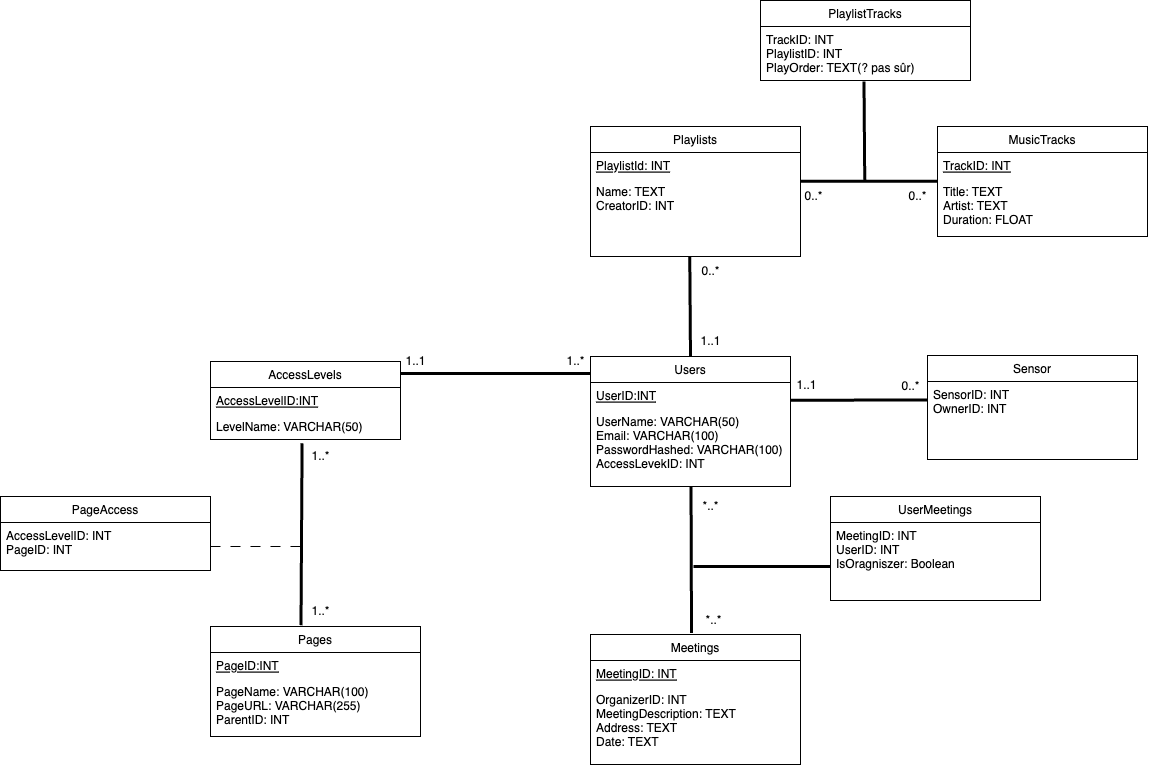
cyang2001/APP-Informatique keeps this draw.io diagram as mywebapp/doc/BDD/Base de donées.png. Above is the earlier version. Source tidied: cells renumbered, new cells last; positions are measured from the earlier drawing's top-left corner, leaving out a move shared by most shapes.
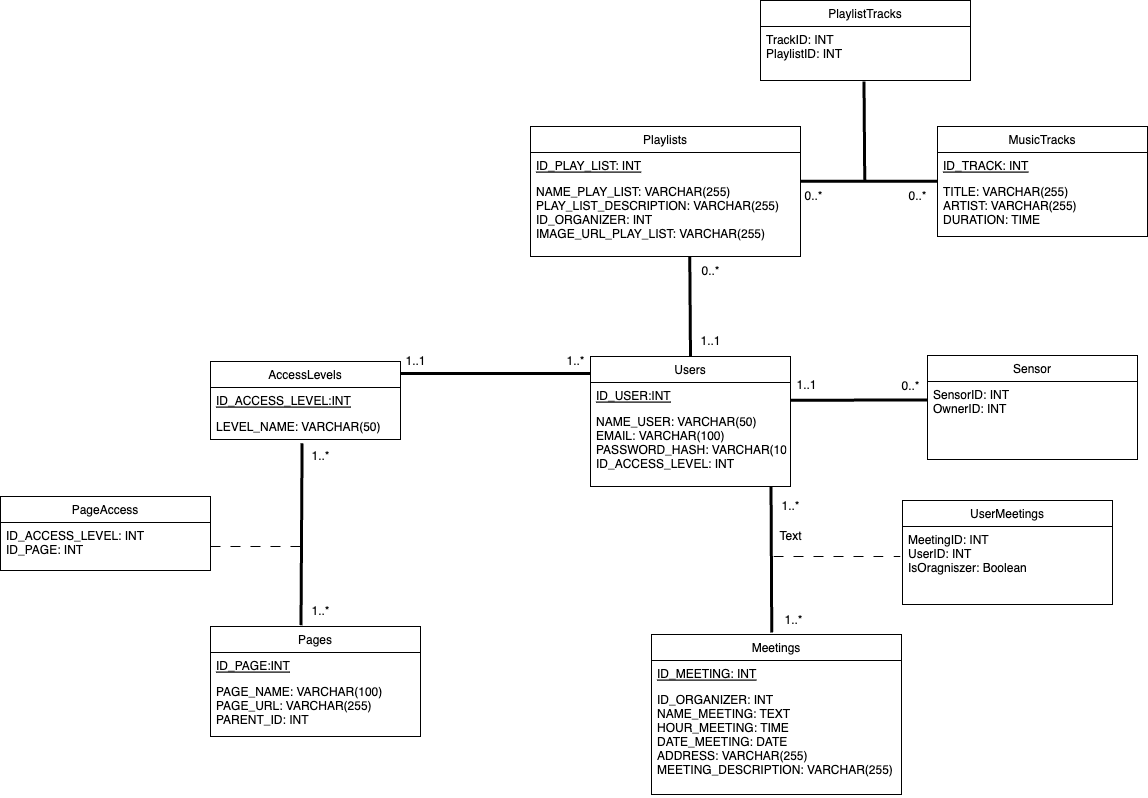
After the commit.

Diff of the diagram source:
```diff
@@ -5,34 +5,34 @@
     <mxCell id="2" value="Users" style="swimlane;fontStyle=0;horizontal=1;startSize=26;fillColor=none;" parent="1" vertex="1">
       <mxGeometry x="590" y="356" width="200" height="130" as="geometry" />
     </mxCell>
-    <mxCell id="3" value="UserID:INT" style="text;strokeColor=none;fillColor=none;align=left;verticalAlign=top;spacingLeft=4;spacingRight=4;overflow=hidden;fontStyle=4;" parent="2" vertex="1">
+    <mxCell id="3" value="ID_USER:INT" style="text;strokeColor=none;fillColor=none;align=left;verticalAlign=top;spacingLeft=4;spacingRight=4;overflow=hidden;fontStyle=4;" parent="2" vertex="1">
       <mxGeometry y="26" width="200" height="26" as="geometry" />
     </mxCell>
-    <mxCell id="4" value="UserName: VARCHAR(50)&#10;Email: VARCHAR(100)&#10;PasswordHashed: VARCHAR(100)&#10;AccessLevekID: INT" style="text;strokeColor=none;fillColor=none;align=left;verticalAlign=top;spacingLeft=4;spacingRight=4;overflow=hidden;" parent="2" vertex="1">
+    <mxCell id="4" value="NAME_USER: VARCHAR(50)&#10;EMAIL: VARCHAR(100)&#10;PASSWORD_HASH: VARCHAR(100)&#10;ID_ACCESS_LEVEL: INT" style="text;strokeColor=none;fillColor=none;align=left;verticalAlign=top;spacingLeft=4;spacingRight=4;overflow=hidden;" parent="2" vertex="1">
       <mxGeometry y="52" width="200" height="78" as="geometry" />
     </mxCell>
     <mxCell id="5" value="AccessLevels" style="swimlane;fontStyle=0;horizontal=1;startSize=26;fillColor=none;" parent="1" vertex="1">
       <mxGeometry x="210" y="361" width="190" height="78" as="geometry" />
     </mxCell>
-    <mxCell id="6" value="AccessLevelID:INT" style="text;strokeColor=none;fillColor=none;align=left;verticalAlign=top;spacingLeft=4;spacingRight=4;overflow=hidden;fontStyle=4;" parent="5" vertex="1">
+    <mxCell id="6" value="ID_ACCESS_LEVEL:INT" style="text;strokeColor=none;fillColor=none;align=left;verticalAlign=top;spacingLeft=4;spacingRight=4;overflow=hidden;fontStyle=4;" parent="5" vertex="1">
       <mxGeometry y="26" width="190" height="26" as="geometry" />
     </mxCell>
-    <mxCell id="7" value="LevelName: VARCHAR(50)" style="text;strokeColor=none;fillColor=none;align=left;verticalAlign=top;spacingLeft=4;spacingRight=4;overflow=hidden;points=[[0,0.5],[1,0.5]];portConstraint=eastwest;" parent="5" vertex="1">
+    <mxCell id="7" value="LEVEL_NAME: VARCHAR(50)" style="text;strokeColor=none;fillColor=none;align=left;verticalAlign=top;spacingLeft=4;spacingRight=4;overflow=hidden;points=[[0,0.5],[1,0.5]];portConstraint=eastwest;" parent="5" vertex="1">
       <mxGeometry y="52" width="190" height="26" as="geometry" />
     </mxCell>
     <mxCell id="8" value="Pages" style="swimlane;fontStyle=0;horizontal=1;startSize=26;fillColor=none;" parent="1" vertex="1">
       <mxGeometry x="210" y="626" width="210" height="110" as="geometry" />
     </mxCell>
-    <mxCell id="9" value="PageID:INT" style="text;strokeColor=none;fillColor=none;align=left;verticalAlign=top;spacingLeft=4;spacingRight=4;overflow=hidden;fontStyle=4;" parent="8" vertex="1">
+    <mxCell id="9" value="ID_PAGE:INT" style="text;strokeColor=none;fillColor=none;align=left;verticalAlign=top;spacingLeft=4;spacingRight=4;overflow=hidden;fontStyle=4;" parent="8" vertex="1">
       <mxGeometry y="26" width="210" height="26" as="geometry" />
     </mxCell>
-    <mxCell id="10" value="PageName: VARCHAR(100)&#10;PageURL: VARCHAR(255)&#10;ParentID: INT&#10;" style="text;strokeColor=none;fillColor=none;align=left;verticalAlign=top;spacingLeft=4;spacingRight=4;overflow=hidden;" parent="8" vertex="1">
+    <mxCell id="10" value="PAGE_NAME: VARCHAR(100)&#10;PAGE_URL: VARCHAR(255)&#10;PARENT_ID: INT&#10;" style="text;strokeColor=none;fillColor=none;align=left;verticalAlign=top;spacingLeft=4;spacingRight=4;overflow=hidden;" parent="8" vertex="1">
       <mxGeometry y="52" width="210" height="58" as="geometry" />
     </mxCell>
     <mxCell id="11" value="PageAccess" style="swimlane;fontStyle=0;horizontal=1;startSize=26;fillColor=none;" parent="1" vertex="1">
       <mxGeometry y="496" width="210" height="74" as="geometry" />
     </mxCell>
-    <mxCell id="12" value="AccessLevelID: INT&#10;PageID: INT" style="text;strokeColor=none;fillColor=none;align=left;verticalAlign=top;spacingLeft=4;spacingRight=4;overflow=hidden;points=[[0,0.5],[1,0.5]];portConstraint=eastwest;" parent="11" vertex="1">
+    <mxCell id="12" value="ID_ACCESS_LEVEL: INT&#10;ID_PAGE: INT" style="text;strokeColor=none;fillColor=none;align=left;verticalAlign=top;spacingLeft=4;spacingRight=4;overflow=hidden;points=[[0,0.5],[1,0.5]];portConstraint=eastwest;" parent="11" vertex="1">
       <mxGeometry y="26" width="210" height="48" as="geometry" />
     </mxCell>
     <mxCell id="13" style="endArrow=none;startArrow=none;endFill=0;startFill=0;endSize=8;html=1;verticalAlign=bottom;labelBackgroundColor=none;strokeWidth=3;entryX=-0.002;entryY=0.13;entryDx=0;entryDy=0;entryPerimeter=0;" parent="1" edge="1" target="2">
@@ -61,33 +61,27 @@
       <mxGeometry x="300" y="596" width="40" height="30" as="geometry" />
     </mxCell>
     <mxCell id="20" value="Meetings" style="swimlane;fontStyle=0;horizontal=1;startSize=26;fillColor=none;" parent="1" vertex="1">
-      <mxGeometry x="590" y="634" width="210" height="130" as="geometry" />
+      <mxGeometry x="651" y="634" width="250" height="160" as="geometry" />
     </mxCell>
-    <mxCell id="21" value="MeetingID: INT" style="text;strokeColor=none;fillColor=none;align=left;verticalAlign=top;spacingLeft=4;spacingRight=4;overflow=hidden;fontStyle=4;" parent="20" vertex="1">
-      <mxGeometry y="26" width="210" height="26" as="geometry" />
+    <mxCell id="21" value="ID_MEETING: INT" style="text;strokeColor=none;fillColor=none;align=left;verticalAlign=top;spacingLeft=4;spacingRight=4;overflow=hidden;fontStyle=4;" parent="20" vertex="1">
+      <mxGeometry y="26" width="250" height="26" as="geometry" />
     </mxCell>
-    <mxCell id="22" value="OrganizerID: INT&#10;MeetingDescription: TEXT&#10;Address: TEXT&#10;Date: TEXT" style="text;strokeColor=none;fillColor=none;align=left;verticalAlign=top;spacingLeft=4;spacingRight=4;overflow=hidden;" parent="20" vertex="1">
-      <mxGeometry y="52" width="210" height="78" as="geometry" />
+    <mxCell id="22" value="ID_ORGANIZER: INT&#10;NAME_MEETING: TEXT&#10;HOUR_MEETING: TIME&#10;DATE_MEETING: DATE&#10;ADDRESS: VARCHAR(255)&#10;MEETING_DESCRIPTION: VARCHAR(255)" style="text;strokeColor=none;fillColor=none;align=left;verticalAlign=top;spacingLeft=4;spacingRight=4;overflow=hidden;" parent="20" vertex="1">
+      <mxGeometry y="52" width="250" height="108" as="geometry" />
     </mxCell>
     <mxCell id="23" style="endArrow=none;startArrow=none;endFill=0;startFill=0;endSize=8;html=1;verticalAlign=bottom;labelBackgroundColor=none;strokeWidth=3;exitX=0.482;exitY=1.142;exitDx=0;exitDy=0;exitPerimeter=0;entryX=0.481;entryY=-0.012;entryDx=0;entryDy=0;entryPerimeter=0;" parent="1" edge="1" target="20">
       <mxGeometry relative="1" as="geometry">
-        <mxPoint x="690.5" y="486" as="sourcePoint" />
+        <mxPoint x="770.5" y="486" as="sourcePoint" />
       </mxGeometry>
     </mxCell>
-    <mxCell id="24" value="*..*" style="text;html=1;align=center;verticalAlign=middle;strokeColor=none;fillColor=none;" parent="1" vertex="1">
-      <mxGeometry x="690" y="491" width="40" height="30" as="geometry" />
+    <mxCell id="24" value="1..*" style="text;html=1;align=center;verticalAlign=middle;strokeColor=none;fillColor=none;" parent="1" vertex="1">
+      <mxGeometry x="770" y="491" width="40" height="30" as="geometry" />
     </mxCell>
-    <mxCell id="25" value="*..*" style="text;html=1;align=center;verticalAlign=middle;strokeColor=none;fillColor=none;" parent="1" vertex="1">
-      <mxGeometry x="693" y="605" width="40" height="30" as="geometry" />
+    <mxCell id="25" value="1..*" style="text;html=1;align=center;verticalAlign=middle;strokeColor=none;fillColor=none;" parent="1" vertex="1">
+      <mxGeometry x="773" y="605" width="40" height="30" as="geometry" />
     </mxCell>
-    <mxCell id="26" style="endArrow=none;startArrow=none;endFill=0;startFill=0;endSize=8;html=1;verticalAlign=bottom;labelBackgroundColor=none;strokeWidth=3;" parent="1" edge="1">
-      <mxGeometry relative="1" as="geometry">
-        <mxPoint x="693" y="566.1" as="sourcePoint" />
-        <mxPoint x="830" y="566" as="targetPoint" />
-      </mxGeometry>
-    </mxCell>
     <mxCell id="27" value="UserMeetings" style="swimlane;fontStyle=0;horizontal=1;startSize=26;fillColor=none;" parent="1" vertex="1">
-      <mxGeometry x="830" y="496" width="210" height="104" as="geometry" />
+      <mxGeometry x="902" y="500" width="210" height="104" as="geometry" />
     </mxCell>
     <mxCell id="28" value="MeetingID: INT&#10;UserID: INT&#10;IsOragniszer: Boolean" style="text;strokeColor=none;fillColor=none;align=left;verticalAlign=top;spacingLeft=4;spacingRight=4;overflow=hidden;" parent="27" vertex="1">
       <mxGeometry y="26" width="210" height="78" as="geometry" />
@@ -95,20 +89,20 @@
     <mxCell id="29" value="MusicTracks" style="swimlane;fontStyle=0;horizontal=1;startSize=26;fillColor=none;" parent="1" vertex="1">
       <mxGeometry x="937" y="126" width="210" height="110" as="geometry" />
     </mxCell>
-    <mxCell id="30" value="TrackID: INT" style="text;strokeColor=none;fillColor=none;align=left;verticalAlign=top;spacingLeft=4;spacingRight=4;overflow=hidden;fontStyle=4;" parent="29" vertex="1">
+    <mxCell id="30" value="ID_TRACK: INT" style="text;strokeColor=none;fillColor=none;align=left;verticalAlign=top;spacingLeft=4;spacingRight=4;overflow=hidden;fontStyle=4;" parent="29" vertex="1">
       <mxGeometry y="26" width="210" height="26" as="geometry" />
     </mxCell>
-    <mxCell id="31" value="Title: TEXT&#10;Artist: TEXT&#10;Duration: FLOAT" style="text;strokeColor=none;fillColor=none;align=left;verticalAlign=top;spacingLeft=4;spacingRight=4;overflow=hidden;" parent="29" vertex="1">
+    <mxCell id="31" value="TITLE: VARCHAR(255)&#10;ARTIST: VARCHAR(255)&#10;DURATION: TIME" style="text;strokeColor=none;fillColor=none;align=left;verticalAlign=top;spacingLeft=4;spacingRight=4;overflow=hidden;" parent="29" vertex="1">
       <mxGeometry y="52" width="210" height="58" as="geometry" />
     </mxCell>
     <mxCell id="32" value="Playlists" style="swimlane;fontStyle=0;horizontal=1;startSize=26;fillColor=none;" parent="1" vertex="1">
-      <mxGeometry x="590" y="126" width="210" height="130" as="geometry" />
+      <mxGeometry x="530" y="126" width="270" height="130" as="geometry" />
     </mxCell>
-    <mxCell id="33" value="PlaylistId: INT" style="text;strokeColor=none;fillColor=none;align=left;verticalAlign=top;spacingLeft=4;spacingRight=4;overflow=hidden;fontStyle=4;" parent="32" vertex="1">
-      <mxGeometry y="26" width="210" height="26" as="geometry" />
+    <mxCell id="33" value="ID_PLAY_LIST: INT" style="text;strokeColor=none;fillColor=none;align=left;verticalAlign=top;spacingLeft=4;spacingRight=4;overflow=hidden;fontStyle=4;" parent="32" vertex="1">
+      <mxGeometry y="26" width="270" height="26" as="geometry" />
     </mxCell>
-    <mxCell id="34" value="Name: TEXT&#10;CreatorID: INT" style="text;strokeColor=none;fillColor=none;align=left;verticalAlign=top;spacingLeft=4;spacingRight=4;overflow=hidden;" parent="32" vertex="1">
-      <mxGeometry y="52" width="210" height="78" as="geometry" />
+    <mxCell id="34" value="NAME_PLAY_LIST: VARCHAR(255)&#10;PLAY_LIST_DESCRIPTION: VARCHAR(255)&#10;ID_ORGANIZER: INT&#10;IMAGE_URL_PLAY_LIST: VARCHAR(255)" style="text;strokeColor=none;fillColor=none;align=left;verticalAlign=top;spacingLeft=4;spacingRight=4;overflow=hidden;" parent="32" vertex="1">
+      <mxGeometry y="52" width="270" height="78" as="geometry" />
     </mxCell>
     <mxCell id="35" style="endArrow=none;startArrow=none;endFill=0;startFill=0;endSize=8;html=1;verticalAlign=bottom;labelBackgroundColor=none;strokeWidth=3;exitX=0.482;exitY=1.142;exitDx=0;exitDy=0;exitPerimeter=0;entryX=0.5;entryY=0;entryDx=0;entryDy=0;" parent="1" edge="1" target="2">
       <mxGeometry relative="1" as="geometry">
@@ -142,7 +136,7 @@
     <mxCell id="42" value="PlaylistTracks" style="swimlane;fontStyle=0;horizontal=1;startSize=26;fillColor=none;" parent="1" vertex="1">
       <mxGeometry x="760" width="210" height="80" as="geometry" />
     </mxCell>
-    <mxCell id="43" value="TrackID: INT&#10;PlaylistID: INT&#10;PlayOrder: TEXT(? pas sûr)" style="text;strokeColor=none;fillColor=none;align=left;verticalAlign=top;spacingLeft=4;spacingRight=4;overflow=hidden;" parent="42" vertex="1">
+    <mxCell id="43" value="TrackID: INT&#10;PlaylistID: INT&#10;" style="text;strokeColor=none;fillColor=none;align=left;verticalAlign=top;spacingLeft=4;spacingRight=4;overflow=hidden;" parent="42" vertex="1">
       <mxGeometry y="26" width="210" height="54" as="geometry" />
     </mxCell>
     <mxCell id="44" style="endArrow=none;startArrow=none;endFill=0;startFill=0;endSize=8;html=1;verticalAlign=bottom;labelBackgroundColor=none;strokeWidth=3;" parent="1" edge="1">
@@ -163,5 +157,14 @@
     <mxCell id="48" value="0..*" style="text;html=1;align=center;verticalAlign=middle;strokeColor=none;fillColor=none;" parent="1" vertex="1">
       <mxGeometry x="890" y="371" width="40" height="30" as="geometry" />
     </mxCell>
+    <mxCell id="49" style="endArrow=none;startArrow=none;endFill=0;startFill=0;endSize=8;html=1;verticalAlign=bottom;dashed=1;labelBackgroundColor=none;dashPattern=10 10;exitX=1;exitY=0.5;exitDx=0;exitDy=0;" parent="1" edge="1">
+      <mxGeometry relative="1" as="geometry">
+        <mxPoint x="773" y="556" as="sourcePoint" />
+        <mxPoint x="900" y="556" as="targetPoint" />
+      </mxGeometry>
+    </mxCell>
+    <mxCell id="50" value="Text" style="text;html=1;align=center;verticalAlign=middle;strokeColor=none;fillColor=none;" parent="1" vertex="1">
+      <mxGeometry x="765" y="521" width="50" height="30" as="geometry" />
+    </mxCell>
   </root>
 </mxGraphModel>
```
